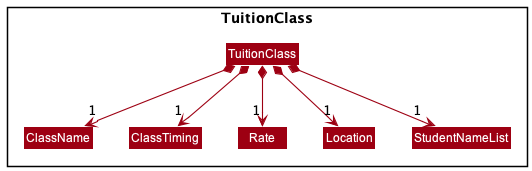
Above: docs/images/TuitionClassModelClassDiagram.png in softmagnet/tp (PlantUML), before the change. The source it was exported from:
```plantuml
@startuml
!include style.puml
skinparam arrowThickness 1.1
skinparam arrowColor MODEL_COLOR
skinparam classBackgroundColor MODEL_COLOR

Package TuitionClass <<Rectangle>>{

Class TuitionClass
Class ClassName
Class ClassTiming
Class Rate
Class Location
Class StudentNameList

}


TuitionClass *--> "1" ClassName
TuitionClass *--> "1" ClassTiming
TuitionClass *--> "1" Rate
TuitionClass *--> "1" Location
TuitionClass *--> "1" StudentNameList
@enduml
```
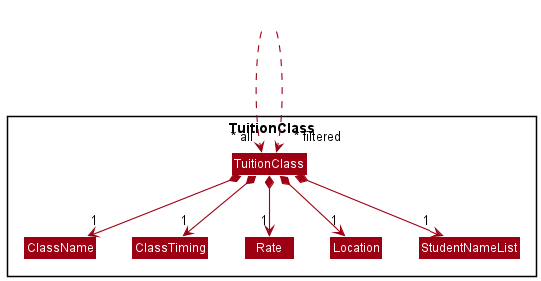
After the commit.

What changed in the source:
```diff
@@ -15,6 +15,9 @@
 
 }
 
+Class HiddenOutside #FFFFFF
+HiddenOutside ...> " * all"TuitionClass
+HiddenOutside ...> " * filtered"TuitionClass
 
 TuitionClass *--> "1" ClassName
 TuitionClass *--> "1" ClassTiming
```
